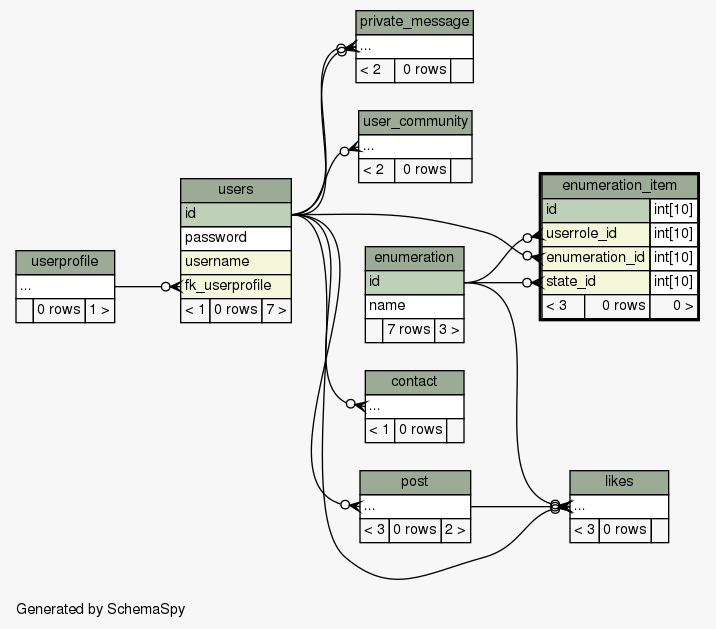
This is doc/db_schema/diagrams/enumeration_item.2degrees.png from chr-krenn/chr-krenn-fhj-ws2017-sd17-pse, a Graphviz export, as it was before one commit. Its source is kept beside it as doc/db_schema/diagrams/enumeration_item.2degrees.dot.
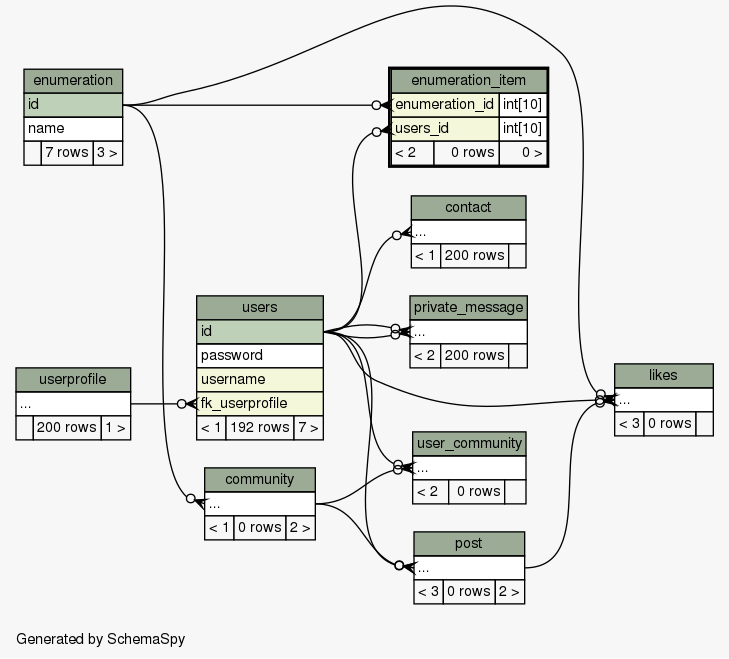
After the commit.

The edit, as a diff of the source:
```diff
@@ -17,24 +17,36 @@
   edge [
     arrowsize="0.8"
   ];
+  "community":"elipses":w -> "enumeration":"id":e [arrowhead=none dir=back arrowtail=crowodot];
   "contact":"elipses":w -> "users":"id":e [arrowhead=none dir=back arrowtail=crowodot];
-  "enumeration_item":"enumeration_id":w -> "users":"id":e [arrowhead=none dir=back arrowtail=crowodot];
-  "enumeration_item":"state_id":w -> "enumeration":"id":e [arrowhead=none dir=back arrowtail=crowodot];
-  "enumeration_item":"userrole_id":w -> "enumeration":"id":e [arrowhead=none dir=back arrowtail=crowodot];
+  "enumeration_item":"enumeration_id":w -> "enumeration":"id":e [arrowhead=none dir=back arrowtail=crowodot];
+  "enumeration_item":"users_id":w -> "users":"id":e [arrowhead=none dir=back arrowtail=crowodot];
   "likes":"elipses":w -> "enumeration":"id":e [arrowhead=none dir=back arrowtail=crowodot];
   "likes":"elipses":w -> "post":"elipses":e [arrowhead=none dir=back arrowtail=crowodot];
   "likes":"elipses":w -> "users":"id":e [arrowhead=none dir=back arrowtail=crowodot];
+  "post":"elipses":w -> "community":"elipses":e [arrowhead=none dir=back arrowtail=crowodot];
   "post":"elipses":w -> "users":"id":e [arrowhead=none dir=back arrowtail=crowodot];
   "private_message":"elipses":w -> "users":"id":e [arrowhead=none dir=back arrowtail=crowodot];
   "private_message":"elipses":w -> "users":"id":e [arrowhead=none dir=back arrowtail=crowodot];
+  "user_community":"elipses":w -> "community":"elipses":e [arrowhead=none dir=back arrowtail=crowodot];
   "user_community":"elipses":w -> "users":"id":e [arrowhead=none dir=back arrowtail=crowodot];
   "users":"fk_userprofile":w -> "userprofile":"elipses":e [arrowhead=none dir=back arrowtail=crowodot];
+  "community" [
+    label=<
+    <TABLE BORDER="0" CELLBORDER="1" CELLSPACING="0" BGCOLOR="#ffffff">
+      <TR><TD COLSPAN="3" BGCOLOR="#9bab96" ALIGN="CENTER">community</TD></TR>
+      <TR><TD PORT="elipses" COLSPAN="3" ALIGN="LEFT">...</TD></TR>
+      <TR><TD ALIGN="LEFT" BGCOLOR="#f7f7f7">&lt; 1</TD><TD ALIGN="RIGHT" BGCOLOR="#f7f7f7">0 rows</TD><TD ALIGN="RIGHT" BGCOLOR="#f7f7f7">2 &gt;</TD></TR>
+    </TABLE>>
+    URL="community.html"
+    tooltip="community"
+  ];
   "contact" [
     label=<
     <TABLE BORDER="0" CELLBORDER="1" CELLSPACING="0" BGCOLOR="#ffffff">
       <TR><TD COLSPAN="3" BGCOLOR="#9bab96" ALIGN="CENTER">contact</TD></TR>
       <TR><TD PORT="elipses" COLSPAN="3" ALIGN="LEFT">...</TD></TR>
-      <TR><TD ALIGN="LEFT" BGCOLOR="#f7f7f7">&lt; 1</TD><TD ALIGN="RIGHT" BGCOLOR="#f7f7f7">0 rows</TD><TD ALIGN="RIGHT" BGCOLOR="#f7f7f7">  </TD></TR>
+      <TR><TD ALIGN="LEFT" BGCOLOR="#f7f7f7">&lt; 1</TD><TD ALIGN="RIGHT" BGCOLOR="#f7f7f7">200 rows</TD><TD ALIGN="RIGHT" BGCOLOR="#f7f7f7">  </TD></TR>
     </TABLE>>
     URL="contact.html"
     tooltip="contact"
@@ -54,11 +66,9 @@
     label=<
     <TABLE BORDER="2" CELLBORDER="1" CELLSPACING="0" BGCOLOR="#ffffff">
       <TR><TD COLSPAN="3" BGCOLOR="#9bab96" ALIGN="CENTER">enumeration_item</TD></TR>
-      <TR><TD PORT="id" COLSPAN="2" BGCOLOR="#bed1b8" ALIGN="LEFT">id</TD><TD PORT="id.type" ALIGN="LEFT">int[10]</TD></TR>
-      <TR><TD PORT="userrole_id" COLSPAN="2" BGCOLOR="#f4f7da" ALIGN="LEFT">userrole_id</TD><TD PORT="userrole_id.type" ALIGN="LEFT">int[10]</TD></TR>
       <TR><TD PORT="enumeration_id" COLSPAN="2" BGCOLOR="#f4f7da" ALIGN="LEFT">enumeration_id</TD><TD PORT="enumeration_id.type" ALIGN="LEFT">int[10]</TD></TR>
-      <TR><TD PORT="state_id" COLSPAN="2" BGCOLOR="#f4f7da" ALIGN="LEFT">state_id</TD><TD PORT="state_id.type" ALIGN="LEFT">int[10]</TD></TR>
-      <TR><TD ALIGN="LEFT" BGCOLOR="#f7f7f7">&lt; 3</TD><TD ALIGN="RIGHT" BGCOLOR="#f7f7f7">0 rows</TD><TD ALIGN="RIGHT" BGCOLOR="#f7f7f7">0 &gt;</TD></TR>
+      <TR><TD PORT="users_id" COLSPAN="2" BGCOLOR="#f4f7da" ALIGN="LEFT">users_id</TD><TD PORT="users_id.type" ALIGN="LEFT">int[10]</TD></TR>
+      <TR><TD ALIGN="LEFT" BGCOLOR="#f7f7f7">&lt; 2</TD><TD ALIGN="RIGHT" BGCOLOR="#f7f7f7">0 rows</TD><TD ALIGN="RIGHT" BGCOLOR="#f7f7f7">0 &gt;</TD></TR>
     </TABLE>>
     URL="enumeration_item.html"
     tooltip="enumeration_item"
@@ -88,7 +98,7 @@
     <TABLE BORDER="0" CELLBORDER="1" CELLSPACING="0" BGCOLOR="#ffffff">
       <TR><TD COLSPAN="3" BGCOLOR="#9bab96" ALIGN="CENTER">private_message</TD></TR>
       <TR><TD PORT="elipses" COLSPAN="3" ALIGN="LEFT">...</TD></TR>
-      <TR><TD ALIGN="LEFT" BGCOLOR="#f7f7f7">&lt; 2</TD><TD ALIGN="RIGHT" BGCOLOR="#f7f7f7">0 rows</TD><TD ALIGN="RIGHT" BGCOLOR="#f7f7f7">  </TD></TR>
+      <TR><TD ALIGN="LEFT" BGCOLOR="#f7f7f7">&lt; 2</TD><TD ALIGN="RIGHT" BGCOLOR="#f7f7f7">200 rows</TD><TD ALIGN="RIGHT" BGCOLOR="#f7f7f7">  </TD></TR>
     </TABLE>>
     URL="private_message.html"
     tooltip="private_message"
@@ -108,7 +118,7 @@
     <TABLE BORDER="0" CELLBORDER="1" CELLSPACING="0" BGCOLOR="#ffffff">
       <TR><TD COLSPAN="3" BGCOLOR="#9bab96" ALIGN="CENTER">userprofile</TD></TR>
       <TR><TD PORT="elipses" COLSPAN="3" ALIGN="LEFT">...</TD></TR>
-      <TR><TD ALIGN="LEFT" BGCOLOR="#f7f7f7">  </TD><TD ALIGN="RIGHT" BGCOLOR="#f7f7f7">0 rows</TD><TD ALIGN="RIGHT" BGCOLOR="#f7f7f7">1 &gt;</TD></TR>
+      <TR><TD ALIGN="LEFT" BGCOLOR="#f7f7f7">  </TD><TD ALIGN="RIGHT" BGCOLOR="#f7f7f7">200 rows</TD><TD ALIGN="RIGHT" BGCOLOR="#f7f7f7">1 &gt;</TD></TR>
     </TABLE>>
     URL="userprofile.html"
     tooltip="userprofile"
@@ -121,7 +131,7 @@
       <TR><TD PORT="password" COLSPAN="3" ALIGN="LEFT">password</TD></TR>
       <TR><TD PORT="username" COLSPAN="3" BGCOLOR="#f4f7da" ALIGN="LEFT">username</TD></TR>
       <TR><TD PORT="fk_userprofile" COLSPAN="3" BGCOLOR="#f4f7da" ALIGN="LEFT">fk_userprofile</TD></TR>
-      <TR><TD ALIGN="LEFT" BGCOLOR="#f7f7f7">&lt; 1</TD><TD ALIGN="RIGHT" BGCOLOR="#f7f7f7">0 rows</TD><TD ALIGN="RIGHT" BGCOLOR="#f7f7f7">7 &gt;</TD></TR>
+      <TR><TD ALIGN="LEFT" BGCOLOR="#f7f7f7">&lt; 1</TD><TD ALIGN="RIGHT" BGCOLOR="#f7f7f7">192 rows</TD><TD ALIGN="RIGHT" BGCOLOR="#f7f7f7">7 &gt;</TD></TR>
     </TABLE>>
     URL="users.html"
     tooltip="users"
```
